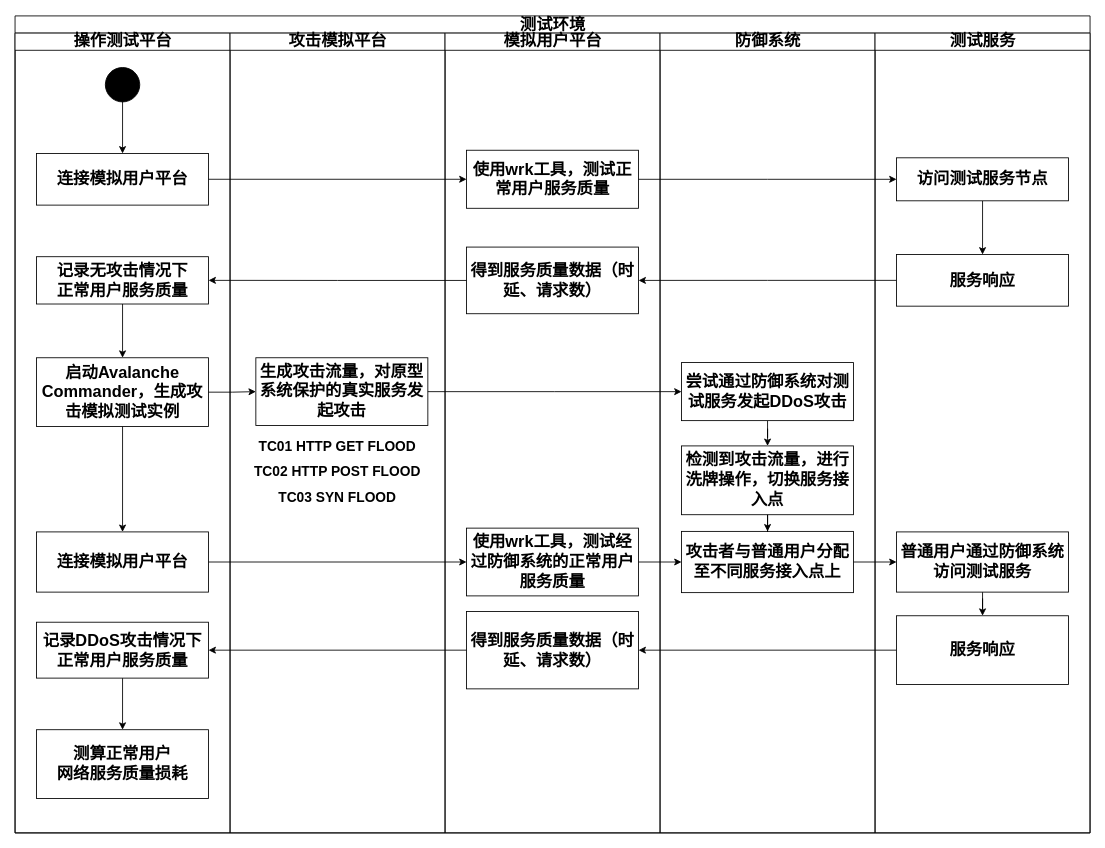
This is datames.drawio from Norton-Lin/Picture, a draw.io file, before an edit. Source tidied: cells renumbered, new cells numbered last; positions are measured from the earlier drawing's top-left corner, leaving out a move shared by most shapes. Both pictures are drawn from the tidied source at 86%, with x=0, y=0 at pixel (15, 15).
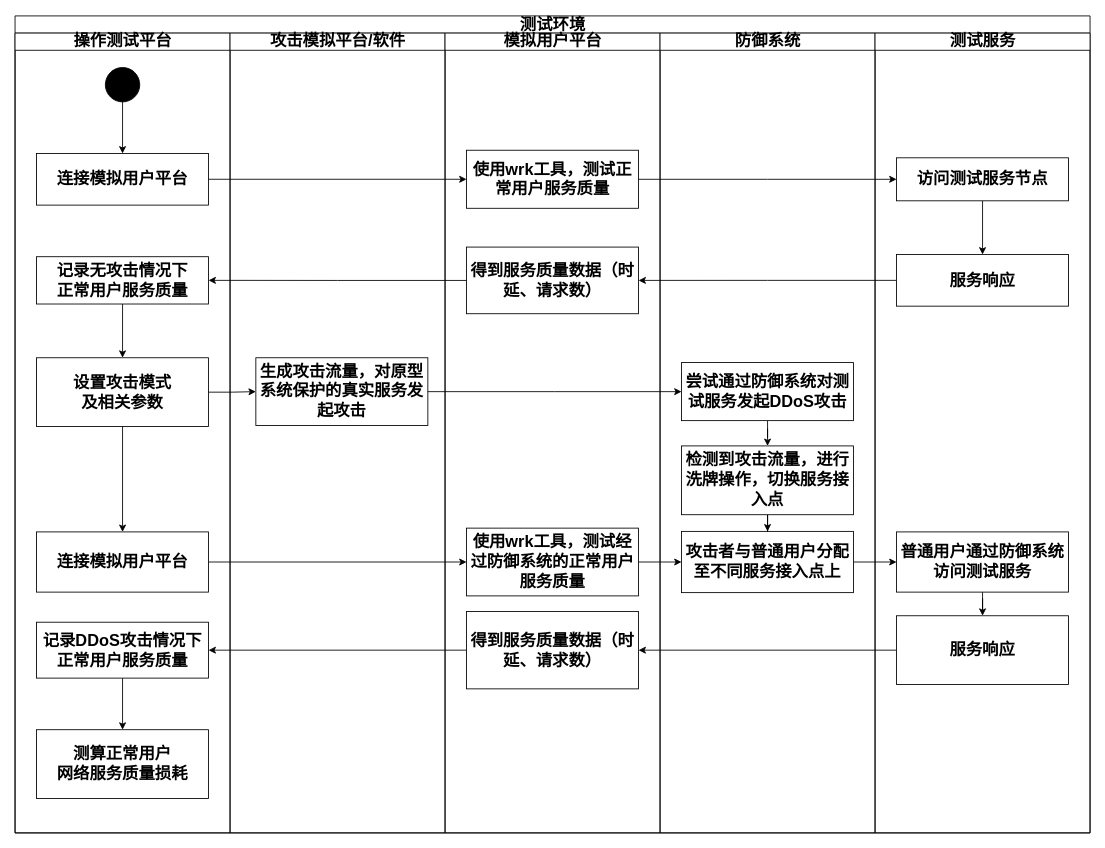
After the change.

Unchanged cells that the change refers to:
```xml
<mxCell id="2" value="&lt;font style=&quot;font-size: 19px;&quot;&gt;测试环境&lt;/font&gt;" style="swimlane;html=1;startSize=20;rounded=0;shadow=0;comic=0;labelBackgroundColor=none;strokeWidth=1;fontFamily=Verdana;fontSize=19;align=center;fontStyle=1;" parent="1" vertex="1">
  <mxGeometry width="1250" height="950" as="geometry" />
</mxCell>
<mxCell id="3" value="&lt;font style=&quot;font-size: 19px;&quot;&gt;操作测试平台&lt;/font&gt;" style="swimlane;html=1;startSize=20;fontSize=14;fontStyle=1;" parent="2" vertex="1">
  <mxGeometry y="20" width="250" height="930" as="geometry" />
</mxCell>
```

Diff of the diagram source:
```diff
@@
-    <mxCell id="9" value="&lt;font face=&quot;Helvetica&quot; style=&quot;font-size: 19px;&quot;&gt;启动&lt;span style=&quot;background-color: initial; font-size: 19px;&quot;&gt;Avalanche Commander，生成攻击模拟测试实例&lt;/span&gt;&lt;/font&gt;" style="html=1;whiteSpace=wrap;fontSize=19;fontStyle=1;" parent="3" vertex="1">
+    <mxCell id="9" value="设置攻击模式&lt;div&gt;及相关参数&lt;/div&gt;" style="html=1;whiteSpace=wrap;fontSize=19;fontStyle=1;" parent="3" vertex="1">
       <mxGeometry x="25" y="377.5" width="200" height="80" as="geometry" />
     </mxCell>
@@
-    <mxCell id="15" value="&lt;font style=&quot;font-size: 19px;&quot;&gt;攻击模拟平台&lt;/font&gt;" style="swimlane;html=1;startSize=20;fontSize=14;fontStyle=1;" parent="2" vertex="1">
+    <mxCell id="15" value="&lt;font style=&quot;font-size: 19px;&quot;&gt;攻击模拟平台/软件&lt;/font&gt;" style="swimlane;html=1;startSize=20;fontSize=14;fontStyle=1;" parent="2" vertex="1">
       <mxGeometry x="250" y="20" width="250" height="930" as="geometry" />
     </mxCell>
@@
-    <mxCell id="17" value="&lt;b style=&quot;font-size: 16px;&quot;&gt;TC01 HTTP GET FLOOD&lt;/b&gt;" style="text;html=1;align=center;verticalAlign=middle;whiteSpace=wrap;rounded=0;fontSize=16;" parent="15" vertex="1">
-      <mxGeometry x="30" y="470" width="190" height="20" as="geometry" />
-    </mxCell>
-    <mxCell id="18" value="&lt;b style=&quot;font-size: 16px;&quot;&gt;TC03 SYN FLOOD&lt;/b&gt;" style="text;html=1;align=center;verticalAlign=middle;whiteSpace=wrap;rounded=0;fontSize=16;" parent="15" vertex="1">
-      <mxGeometry x="30" y="530" width="190" height="20" as="geometry" />
-    </mxCell>
-    <mxCell id="19" value="&lt;b style=&quot;font-size: 16px;&quot;&gt;TC02 HTTP POST FLOOD&lt;/b&gt;" style="text;html=1;align=center;verticalAlign=middle;whiteSpace=wrap;rounded=0;fontSize=16;" parent="15" vertex="1">
-      <mxGeometry x="15" y="500" width="220" height="20" as="geometry" />
-    </mxCell>
```
